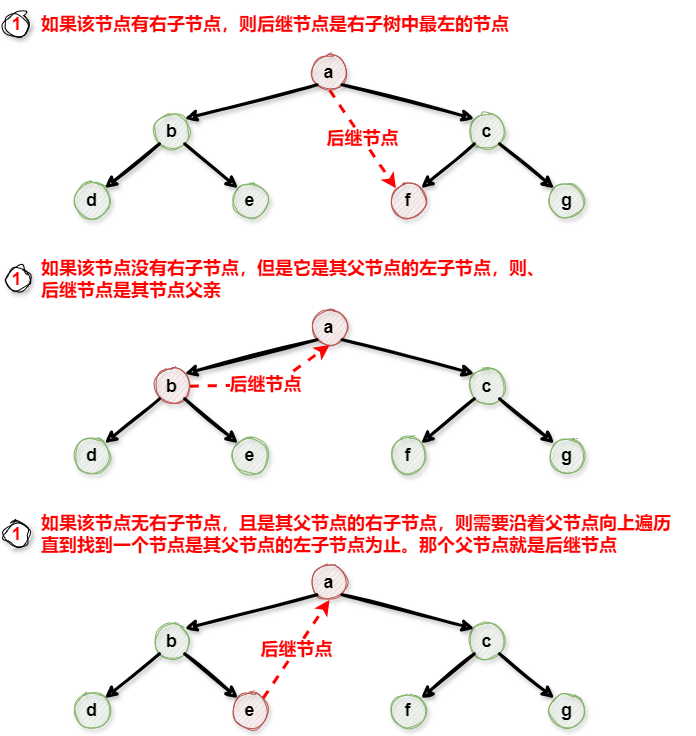
The draw.io diagram algrithem/binary_tree_sucessor_node.drawio.png in muxicode/c153080686, before a commit. Source tidied: cells renumbered, new cells last; positions are measured from the earlier drawing's top-left corner, leaving out a move shared by most shapes. Source of this version:
```xml
<mxGraphModel>
  <root>
    <mxCell id="0" />
    <mxCell id="1" parent="0" />
    <mxCell id="2" style="group;" parent="1" vertex="1">
      <mxGeometry width="580" height="214.1" as="geometry" />
    </mxCell>
    <mxCell id="3" value="&lt;font color=&quot;#ff0000&quot; style=&quot;font-size: 18px;&quot;&gt;1&lt;/font&gt;" style="ellipse;whiteSpace=wrap;html=1;fontStyle=1;sketch=1;curveFitting=1;jiggle=2;shadow=1;" parent="2" vertex="1">
      <mxGeometry y="7.5" width="25" height="25" as="geometry" />
    </mxCell>
    <mxCell id="4" value="&lt;font color=&quot;#ff0000&quot;&gt;&lt;span style=&quot;font-size: 18px;&quot;&gt;如果该节点有右子节点，则后继节点是右子树中最左的节点&lt;/span&gt;&lt;/font&gt;" style="text;html=1;align=left;verticalAlign=middle;strokeColor=none;fillColor=none;fontStyle=1;fontSize=16;sketch=1;curveFitting=1;jiggle=2;shadow=1;" parent="2" vertex="1">
      <mxGeometry x="35" width="490" height="40" as="geometry" />
    </mxCell>
    <mxCell id="5" value="&lt;font color=&quot;#ff0000&quot; style=&quot;font-size: 18px;&quot;&gt;&lt;b&gt;后继节点&lt;/b&gt;&lt;/font&gt;" style="rounded=0;jettySize=auto;html=1;exitX=0.5;exitY=1;exitDx=0;exitDy=0;entryX=0;entryY=0;entryDx=0;entryDy=0;strokeWidth=3;dashed=1;strokeColor=#FF0000;" parent="2" edge="1" source="6" target="15">
      <mxGeometry relative="1" as="geometry" />
    </mxCell>
    <mxCell id="6" value="&lt;span style=&quot;font-size: 18px;&quot;&gt;&lt;span style=&quot;font-size: 18px;&quot;&gt;a&lt;/span&gt;&lt;br style=&quot;font-size: 18px;&quot;&gt;&lt;/span&gt;" style="ellipse;whiteSpace=wrap;html=1;fillColor=#f8cecc;strokeColor=#b85450;fontSize=18;tempflowAnimation=0;sketch=1;shadow=1;swimlaneLine=0;fontStyle=1;" parent="2" vertex="1">
      <mxGeometry x="307.3" y="50" width="35.5" height="35.5" as="geometry" />
    </mxCell>
    <mxCell id="7" value="&lt;span style=&quot;font-size: 18px;&quot;&gt;&lt;span style=&quot;font-size: 18px;&quot;&gt;b&lt;/span&gt;&lt;br style=&quot;font-size: 18px;&quot;&gt;&lt;/span&gt;" style="ellipse;whiteSpace=wrap;html=1;fillColor=#d5e8d4;strokeColor=#82b366;fontSize=18;tempflowAnimation=0;sketch=1;shadow=1;swimlaneLine=0;fontStyle=1;" parent="2" vertex="1">
      <mxGeometry x="149.8" y="109" width="35.5" height="35.5" as="geometry" />
    </mxCell>
    <mxCell id="8" style="rounded=0;jettySize=auto;html=1;exitX=0;exitY=1;exitDx=0;exitDy=0;entryX=1;entryY=0;entryDx=0;entryDy=0;strokeWidth=3;tempflowAnimation=0;sketch=1;shadow=1;swimlaneLine=0;fontSize=18;fontStyle=1;" parent="2" edge="1" source="6" target="7">
      <mxGeometry relative="1" as="geometry" />
    </mxCell>
    <mxCell id="9" value="&lt;span style=&quot;font-size: 18px;&quot;&gt;&lt;span style=&quot;font-size: 18px;&quot;&gt;c&lt;/span&gt;&lt;br style=&quot;font-size: 18px;&quot;&gt;&lt;/span&gt;" style="ellipse;whiteSpace=wrap;html=1;fillColor=#d5e8d4;strokeColor=#82b366;fontSize=18;tempflowAnimation=0;sketch=1;shadow=1;swimlaneLine=0;fontStyle=1;" parent="2" vertex="1">
      <mxGeometry x="464.7" y="109" width="35.5" height="35.5" as="geometry" />
    </mxCell>
    <mxCell id="10" style="rounded=0;jettySize=auto;html=1;exitX=1;exitY=1;exitDx=0;exitDy=0;entryX=0;entryY=0;entryDx=0;entryDy=0;strokeWidth=3;tempflowAnimation=0;sketch=1;shadow=1;swimlaneLine=0;fontSize=18;fontStyle=1;" parent="2" edge="1" source="6" target="9">
      <mxGeometry relative="1" as="geometry" />
    </mxCell>
    <mxCell id="11" value="&lt;span style=&quot;font-size: 18px;&quot;&gt;&lt;span style=&quot;font-size: 18px;&quot;&gt;d&lt;/span&gt;&lt;br style=&quot;font-size: 18px;&quot;&gt;&lt;/span&gt;" style="ellipse;whiteSpace=wrap;html=1;fillColor=#d5e8d4;strokeColor=#82b366;fontSize=18;tempflowAnimation=0;sketch=1;shadow=1;swimlaneLine=0;fontStyle=1;" parent="2" vertex="1">
      <mxGeometry x="70" y="178.6" width="35.5" height="35.5" as="geometry" />
    </mxCell>
    <mxCell id="12" style="rounded=0;jettySize=auto;html=1;exitX=0;exitY=1;exitDx=0;exitDy=0;entryX=1;entryY=0;entryDx=0;entryDy=0;strokeWidth=3;tempflowAnimation=0;sketch=1;shadow=1;swimlaneLine=0;fontSize=18;fontStyle=1;" parent="2" edge="1" source="7" target="11">
      <mxGeometry relative="1" as="geometry" />
    </mxCell>
    <mxCell id="13" value="&lt;span style=&quot;font-size: 18px;&quot;&gt;&lt;span style=&quot;font-size: 18px;&quot;&gt;e&lt;/span&gt;&lt;br style=&quot;font-size: 18px;&quot;&gt;&lt;/span&gt;" style="ellipse;whiteSpace=wrap;html=1;fillColor=#d5e8d4;strokeColor=#82b366;fontSize=18;tempflowAnimation=0;sketch=1;shadow=1;swimlaneLine=0;fontStyle=1;" parent="2" vertex="1">
      <mxGeometry x="228.3" y="178.6" width="35.5" height="35.5" as="geometry" />
    </mxCell>
    <mxCell id="14" style="rounded=0;jettySize=auto;html=1;exitX=1;exitY=1;exitDx=0;exitDy=0;entryX=0;entryY=0;entryDx=0;entryDy=0;strokeWidth=3;tempflowAnimation=0;sketch=1;shadow=1;swimlaneLine=0;fontSize=18;fontStyle=1;" parent="2" edge="1" source="7" target="13">
      <mxGeometry relative="1" as="geometry" />
    </mxCell>
    <mxCell id="15" value="&lt;span style=&quot;font-size: 18px;&quot;&gt;&lt;span style=&quot;font-size: 18px;&quot;&gt;f&lt;/span&gt;&lt;br style=&quot;font-size: 18px;&quot;&gt;&lt;/span&gt;" style="ellipse;whiteSpace=wrap;html=1;fillColor=#f8cecc;strokeColor=#b85450;fontSize=18;tempflowAnimation=0;sketch=1;shadow=1;swimlaneLine=0;fontStyle=1;" parent="2" vertex="1">
      <mxGeometry x="386.2" y="178.6" width="35.5" height="35.5" as="geometry" />
    </mxCell>
    <mxCell id="16" style="rounded=0;jettySize=auto;html=1;exitX=0;exitY=1;exitDx=0;exitDy=0;entryX=1;entryY=0;entryDx=0;entryDy=0;strokeWidth=3;tempflowAnimation=0;sketch=1;shadow=1;swimlaneLine=0;fontSize=18;fontStyle=1;" parent="2" edge="1" source="9" target="15">
      <mxGeometry relative="1" as="geometry" />
    </mxCell>
    <mxCell id="17" value="&lt;span style=&quot;font-size: 18px;&quot;&gt;&lt;span style=&quot;font-size: 18px;&quot;&gt;g&lt;/span&gt;&lt;br style=&quot;font-size: 18px;&quot;&gt;&lt;/span&gt;" style="ellipse;whiteSpace=wrap;html=1;fillColor=#d5e8d4;strokeColor=#82b366;fontSize=18;tempflowAnimation=0;sketch=1;shadow=1;swimlaneLine=0;fontStyle=1;" parent="2" vertex="1">
      <mxGeometry x="544.5" y="178.6" width="35.5" height="35.5" as="geometry" />
    </mxCell>
    <mxCell id="18" style="rounded=0;jettySize=auto;html=1;exitX=1;exitY=1;exitDx=0;exitDy=0;entryX=0;entryY=0;entryDx=0;entryDy=0;strokeWidth=3;tempflowAnimation=0;sketch=1;shadow=1;swimlaneLine=0;fontSize=18;fontStyle=1;" parent="2" edge="1" source="9" target="17">
      <mxGeometry relative="1" as="geometry" />
    </mxCell>
    <mxCell id="19" style="group;" parent="1" vertex="1">
      <mxGeometry y="255" width="580" height="214.1" as="geometry" />
    </mxCell>
    <mxCell id="20" value="&lt;font color=&quot;#ff0000&quot; style=&quot;font-size: 18px;&quot;&gt;1&lt;/font&gt;" style="ellipse;whiteSpace=wrap;html=1;fontStyle=1;sketch=1;curveFitting=1;jiggle=2;shadow=1;" parent="19" vertex="1">
      <mxGeometry y="7.5" width="25" height="25" as="geometry" />
    </mxCell>
    <mxCell id="21" value="&lt;font color=&quot;#ff0000&quot;&gt;&lt;span style=&quot;font-size: 18px;&quot;&gt;如果该节点没有右子节点，但是它是其父节点的左子节点，则、&lt;/span&gt;&lt;/font&gt;&lt;div&gt;&lt;font color=&quot;#ff0000&quot;&gt;&lt;span style=&quot;font-size: 18px;&quot;&gt;后继节点是其节点父亲&lt;/span&gt;&lt;/font&gt;&lt;/div&gt;" style="text;html=1;align=left;verticalAlign=middle;strokeColor=none;fillColor=none;fontStyle=1;fontSize=16;sketch=1;curveFitting=1;jiggle=2;shadow=1;" parent="19" vertex="1">
      <mxGeometry x="35" y="-10" width="530" height="60" as="geometry" />
    </mxCell>
    <mxCell id="22" value="&lt;span style=&quot;font-size: 18px;&quot;&gt;&lt;span style=&quot;font-size: 18px;&quot;&gt;a&lt;/span&gt;&lt;br style=&quot;font-size: 18px;&quot;&gt;&lt;/span&gt;" style="ellipse;whiteSpace=wrap;html=1;fillColor=#f8cecc;strokeColor=#b85450;fontSize=18;tempflowAnimation=0;sketch=1;shadow=1;swimlaneLine=0;fontStyle=1;" parent="19" vertex="1">
      <mxGeometry x="307.3" y="50" width="35.5" height="35.5" as="geometry" />
    </mxCell>
    <mxCell id="23" value="&lt;font color=&quot;#ff0000&quot; style=&quot;font-size: 18px;&quot;&gt;&lt;b&gt;后继节点&lt;/b&gt;&lt;/font&gt;" style="edgeStyle=none;rounded=0;jettySize=auto;html=1;exitX=1;exitY=0.5;exitDx=0;exitDy=0;entryX=0.5;entryY=1;entryDx=0;entryDy=0;dashed=1;strokeColor=#FF0000;strokeWidth=3;align=center;verticalAlign=middle;fontFamily=Helvetica;fontSize=11;fontColor=default;labelBackgroundColor=default;endArrow=classic;" parent="19" edge="1" source="24" target="22">
      <mxGeometry relative="1" as="geometry">
        <Array as="points">
          <mxPoint x="270" y="125" />
        </Array>
      </mxGeometry>
    </mxCell>
    <mxCell id="24" value="&lt;span style=&quot;font-size: 18px;&quot;&gt;&lt;span style=&quot;font-size: 18px;&quot;&gt;b&lt;/span&gt;&lt;br style=&quot;font-size: 18px;&quot;&gt;&lt;/span&gt;" style="ellipse;whiteSpace=wrap;html=1;fillColor=#f8cecc;strokeColor=#b85450;fontSize=18;tempflowAnimation=0;sketch=1;shadow=1;swimlaneLine=0;fontStyle=1;" parent="19" vertex="1">
      <mxGeometry x="149.8" y="109" width="35.5" height="35.5" as="geometry" />
    </mxCell>
    <mxCell id="25" style="rounded=0;jettySize=auto;html=1;exitX=0;exitY=1;exitDx=0;exitDy=0;entryX=1;entryY=0;entryDx=0;entryDy=0;strokeWidth=3;tempflowAnimation=0;sketch=1;shadow=1;swimlaneLine=0;fontSize=18;fontStyle=1;" parent="19" edge="1" source="22" target="24">
      <mxGeometry relative="1" as="geometry" />
    </mxCell>
    <mxCell id="26" value="&lt;span style=&quot;font-size: 18px;&quot;&gt;&lt;span style=&quot;font-size: 18px;&quot;&gt;c&lt;/span&gt;&lt;br style=&quot;font-size: 18px;&quot;&gt;&lt;/span&gt;" style="ellipse;whiteSpace=wrap;html=1;fillColor=#d5e8d4;strokeColor=#82b366;fontSize=18;tempflowAnimation=0;sketch=1;shadow=1;swimlaneLine=0;fontStyle=1;" parent="19" vertex="1">
      <mxGeometry x="464.7" y="109" width="35.5" height="35.5" as="geometry" />
    </mxCell>
    <mxCell id="27" style="rounded=0;jettySize=auto;html=1;exitX=1;exitY=1;exitDx=0;exitDy=0;entryX=0;entryY=0;entryDx=0;entryDy=0;strokeWidth=3;tempflowAnimation=0;sketch=1;shadow=1;swimlaneLine=0;fontSize=18;fontStyle=1;" parent="19" edge="1" source="22" target="26">
      <mxGeometry relative="1" as="geometry" />
    </mxCell>
    <mxCell id="28" value="&lt;span style=&quot;font-size: 18px;&quot;&gt;&lt;span style=&quot;font-size: 18px;&quot;&gt;d&lt;/span&gt;&lt;br style=&quot;font-size: 18px;&quot;&gt;&lt;/span&gt;" style="ellipse;whiteSpace=wrap;html=1;fillColor=#d5e8d4;strokeColor=#82b366;fontSize=18;tempflowAnimation=0;sketch=1;shadow=1;swimlaneLine=0;fontStyle=1;" parent="19" vertex="1">
      <mxGeometry x="70" y="178.6" width="35.5" height="35.5" as="geometry" />
    </mxCell>
    <mxCell id="29" style="rounded=0;jettySize=auto;html=1;exitX=0;exitY=1;exitDx=0;exitDy=0;entryX=1;entryY=0;entryDx=0;entryDy=0;strokeWidth=3;tempflowAnimation=0;sketch=1;shadow=1;swimlaneLine=0;fontSize=18;fontStyle=1;" parent="19" edge="1" source="24" target="28">
      <mxGeometry relative="1" as="geometry" />
    </mxCell>
    <mxCell id="30" value="&lt;span style=&quot;font-size: 18px;&quot;&gt;&lt;span style=&quot;font-size: 18px;&quot;&gt;e&lt;/span&gt;&lt;br style=&quot;font-size: 18px;&quot;&gt;&lt;/span&gt;" style="ellipse;whiteSpace=wrap;html=1;fillColor=#d5e8d4;strokeColor=#82b366;fontSize=18;tempflowAnimation=0;sketch=1;shadow=1;swimlaneLine=0;fontStyle=1;" parent="19" vertex="1">
      <mxGeometry x="228.3" y="178.6" width="35.5" height="35.5" as="geometry" />
    </mxCell>
    <mxCell id="31" style="rounded=0;jettySize=auto;html=1;exitX=1;exitY=1;exitDx=0;exitDy=0;entryX=0;entryY=0;entryDx=0;entryDy=0;strokeWidth=3;tempflowAnimation=0;sketch=1;shadow=1;swimlaneLine=0;fontSize=18;fontStyle=1;" parent="19" edge="1" source="24" target="30">
      <mxGeometry relative="1" as="geometry" />
    </mxCell>
    <mxCell id="32" value="&lt;span style=&quot;font-size: 18px;&quot;&gt;&lt;span style=&quot;font-size: 18px;&quot;&gt;f&lt;/span&gt;&lt;br style=&quot;font-size: 18px;&quot;&gt;&lt;/span&gt;" style="ellipse;whiteSpace=wrap;html=1;fillColor=#d5e8d4;strokeColor=#82b366;fontSize=18;tempflowAnimation=0;sketch=1;shadow=1;swimlaneLine=0;fontStyle=1;" parent="19" vertex="1">
      <mxGeometry x="386.2" y="178.6" width="35.5" height="35.5" as="geometry" />
    </mxCell>
    <mxCell id="33" style="rounded=0;jettySize=auto;html=1;exitX=0;exitY=1;exitDx=0;exitDy=0;entryX=1;entryY=0;entryDx=0;entryDy=0;strokeWidth=3;tempflowAnimation=0;sketch=1;shadow=1;swimlaneLine=0;fontSize=18;fontStyle=1;" parent="19" edge="1" source="26" target="32">
      <mxGeometry relative="1" as="geometry" />
    </mxCell>
    <mxCell id="34" value="&lt;span style=&quot;font-size: 18px;&quot;&gt;&lt;span style=&quot;font-size: 18px;&quot;&gt;g&lt;/span&gt;&lt;br style=&quot;font-size: 18px;&quot;&gt;&lt;/span&gt;" style="ellipse;whiteSpace=wrap;html=1;fillColor=#d5e8d4;strokeColor=#82b366;fontSize=18;tempflowAnimation=0;sketch=1;shadow=1;swimlaneLine=0;fontStyle=1;" parent="19" vertex="1">
      <mxGeometry x="544.5" y="178.6" width="35.5" height="35.5" as="geometry" />
    </mxCell>
    <mxCell id="35" style="rounded=0;jettySize=auto;html=1;exitX=1;exitY=1;exitDx=0;exitDy=0;entryX=0;entryY=0;entryDx=0;entryDy=0;strokeWidth=3;tempflowAnimation=0;sketch=1;shadow=1;swimlaneLine=0;fontSize=18;fontStyle=1;" parent="19" edge="1" source="26" target="34">
      <mxGeometry relative="1" as="geometry" />
    </mxCell>
    <mxCell id="36" style="group;" parent="1" vertex="1">
      <mxGeometry y="510" width="685" height="214.1" as="geometry" />
    </mxCell>
    <mxCell id="37" value="&lt;font color=&quot;#ff0000&quot; style=&quot;font-size: 18px;&quot;&gt;1&lt;/font&gt;" style="ellipse;whiteSpace=wrap;html=1;fontStyle=1;sketch=1;curveFitting=1;jiggle=2;shadow=1;" parent="36" vertex="1">
      <mxGeometry y="7.5" width="25" height="25" as="geometry" />
    </mxCell>
    <mxCell id="38" value="&lt;font color=&quot;#ff0000&quot;&gt;&lt;span style=&quot;font-size: 18px;&quot;&gt;如果该节点无右子节点，且是其父节点的右子节点，则需要沿着父节点向上遍历&lt;/span&gt;&lt;/font&gt;&lt;div&gt;&lt;font color=&quot;#ff0000&quot;&gt;&lt;span style=&quot;font-size: 18px;&quot;&gt;直到找到一个节点是其父节点的左子节点为止。那个父节点就是后继节点&lt;/span&gt;&lt;/font&gt;&lt;/div&gt;" style="text;html=1;align=left;verticalAlign=middle;strokeColor=none;fillColor=none;fontStyle=1;fontSize=16;sketch=1;curveFitting=1;jiggle=2;shadow=1;" parent="36" vertex="1">
      <mxGeometry x="35" y="-10" width="650" height="60" as="geometry" />
    </mxCell>
    <mxCell id="39" value="&lt;span style=&quot;font-size: 18px;&quot;&gt;&lt;span style=&quot;font-size: 18px;&quot;&gt;a&lt;/span&gt;&lt;br style=&quot;font-size: 18px;&quot;&gt;&lt;/span&gt;" style="ellipse;whiteSpace=wrap;html=1;fillColor=#f8cecc;strokeColor=#b85450;fontSize=18;tempflowAnimation=0;sketch=1;shadow=1;swimlaneLine=0;fontStyle=1;" parent="36" vertex="1">
      <mxGeometry x="307.3" y="50" width="35.5" height="35.5" as="geometry" />
    </mxCell>
    <mxCell id="40" value="&lt;span style=&quot;font-size: 18px;&quot;&gt;&lt;span style=&quot;font-size: 18px;&quot;&gt;b&lt;/span&gt;&lt;br style=&quot;font-size: 18px;&quot;&gt;&lt;/span&gt;" style="ellipse;whiteSpace=wrap;html=1;fillColor=#d5e8d4;strokeColor=#82b366;fontSize=18;tempflowAnimation=0;sketch=1;shadow=1;swimlaneLine=0;fontStyle=1;" parent="36" vertex="1">
      <mxGeometry x="149.8" y="109" width="35.5" height="35.5" as="geometry" />
    </mxCell>
    <mxCell id="41" style="rounded=0;jettySize=auto;html=1;exitX=0;exitY=1;exitDx=0;exitDy=0;entryX=1;entryY=0;entryDx=0;entryDy=0;strokeWidth=3;tempflowAnimation=0;sketch=1;shadow=1;swimlaneLine=0;fontSize=18;fontStyle=1;" parent="36" edge="1" source="39" target="40">
      <mxGeometry relative="1" as="geometry" />
    </mxCell>
    <mxCell id="42" value="&lt;span style=&quot;font-size: 18px;&quot;&gt;&lt;span style=&quot;font-size: 18px;&quot;&gt;c&lt;/span&gt;&lt;br style=&quot;font-size: 18px;&quot;&gt;&lt;/span&gt;" style="ellipse;whiteSpace=wrap;html=1;fillColor=#d5e8d4;strokeColor=#82b366;fontSize=18;tempflowAnimation=0;sketch=1;shadow=1;swimlaneLine=0;fontStyle=1;" parent="36" vertex="1">
      <mxGeometry x="464.7" y="109" width="35.5" height="35.5" as="geometry" />
    </mxCell>
    <mxCell id="43" style="rounded=0;jettySize=auto;html=1;exitX=1;exitY=1;exitDx=0;exitDy=0;entryX=0;entryY=0;entryDx=0;entryDy=0;strokeWidth=3;tempflowAnimation=0;sketch=1;shadow=1;swimlaneLine=0;fontSize=18;fontStyle=1;" parent="36" edge="1" source="39" target="42">
      <mxGeometry relative="1" as="geometry" />
    </mxCell>
    <mxCell id="44" value="&lt;span style=&quot;font-size: 18px;&quot;&gt;&lt;span style=&quot;font-size: 18px;&quot;&gt;d&lt;/span&gt;&lt;br style=&quot;font-size: 18px;&quot;&gt;&lt;/span&gt;" style="ellipse;whiteSpace=wrap;html=1;fillColor=#d5e8d4;strokeColor=#82b366;fontSize=18;tempflowAnimation=0;sketch=1;shadow=1;swimlaneLine=0;fontStyle=1;" parent="36" vertex="1">
      <mxGeometry x="70" y="178.6" width="35.5" height="35.5" as="geometry" />
    </mxCell>
    <mxCell id="45" style="rounded=0;jettySize=auto;html=1;exitX=0;exitY=1;exitDx=0;exitDy=0;entryX=1;entryY=0;entryDx=0;entryDy=0;strokeWidth=3;tempflowAnimation=0;sketch=1;shadow=1;swimlaneLine=0;fontSize=18;fontStyle=1;" parent="36" edge="1" source="40" target="44">
      <mxGeometry relative="1" as="geometry" />
    </mxCell>
    <mxCell id="46" value="&lt;font color=&quot;#ff0000&quot; style=&quot;font-size: 18px;&quot;&gt;&lt;b&gt;后继节点&lt;/b&gt;&lt;/font&gt;" style="edgeStyle=none;rounded=0;jettySize=auto;html=1;exitX=1;exitY=0;exitDx=0;exitDy=0;entryX=0.5;entryY=1;entryDx=0;entryDy=0;dashed=1;strokeColor=#FF0000;strokeWidth=3;align=center;verticalAlign=middle;fontFamily=Helvetica;fontSize=11;fontColor=default;labelBackgroundColor=default;endArrow=classic;" parent="36" edge="1" source="47" target="39">
      <mxGeometry relative="1" as="geometry" />
    </mxCell>
    <mxCell id="47" value="&lt;span style=&quot;font-size: 18px;&quot;&gt;&lt;span style=&quot;font-size: 18px;&quot;&gt;e&lt;/span&gt;&lt;br style=&quot;font-size: 18px;&quot;&gt;&lt;/span&gt;" style="ellipse;whiteSpace=wrap;html=1;fillColor=#f8cecc;strokeColor=#b85450;fontSize=18;tempflowAnimation=0;sketch=1;shadow=1;swimlaneLine=0;fontStyle=1;" parent="36" vertex="1">
      <mxGeometry x="228.3" y="178.6" width="35.5" height="35.5" as="geometry" />
    </mxCell>
    <mxCell id="48" style="rounded=0;jettySize=auto;html=1;exitX=1;exitY=1;exitDx=0;exitDy=0;entryX=0;entryY=0;entryDx=0;entryDy=0;strokeWidth=3;tempflowAnimation=0;sketch=1;shadow=1;swimlaneLine=0;fontSize=18;fontStyle=1;" parent="36" edge="1" source="40" target="47">
      <mxGeometry relative="1" as="geometry" />
    </mxCell>
    <mxCell id="49" value="&lt;span style=&quot;font-size: 18px;&quot;&gt;&lt;span style=&quot;font-size: 18px;&quot;&gt;f&lt;/span&gt;&lt;br style=&quot;font-size: 18px;&quot;&gt;&lt;/span&gt;" style="ellipse;whiteSpace=wrap;html=1;fillColor=#d5e8d4;strokeColor=#82b366;fontSize=18;tempflowAnimation=0;sketch=1;shadow=1;swimlaneLine=0;fontStyle=1;" parent="36" vertex="1">
      <mxGeometry x="386.2" y="178.6" width="35.5" height="35.5" as="geometry" />
    </mxCell>
    <mxCell id="50" style="rounded=0;jettySize=auto;html=1;exitX=0;exitY=1;exitDx=0;exitDy=0;entryX=1;entryY=0;entryDx=0;entryDy=0;strokeWidth=3;tempflowAnimation=0;sketch=1;shadow=1;swimlaneLine=0;fontSize=18;fontStyle=1;" parent="36" edge="1" source="42" target="49">
      <mxGeometry relative="1" as="geometry" />
    </mxCell>
    <mxCell id="51" value="&lt;span style=&quot;font-size: 18px;&quot;&gt;&lt;span style=&quot;font-size: 18px;&quot;&gt;g&lt;/span&gt;&lt;br style=&quot;font-size: 18px;&quot;&gt;&lt;/span&gt;" style="ellipse;whiteSpace=wrap;html=1;fillColor=#d5e8d4;strokeColor=#82b366;fontSize=18;tempflowAnimation=0;sketch=1;shadow=1;swimlaneLine=0;fontStyle=1;" parent="36" vertex="1">
      <mxGeometry x="544.5" y="178.6" width="35.5" height="35.5" as="geometry" />
    </mxCell>
    <mxCell id="52" style="rounded=0;jettySize=auto;html=1;exitX=1;exitY=1;exitDx=0;exitDy=0;entryX=0;entryY=0;entryDx=0;entryDy=0;strokeWidth=3;tempflowAnimation=0;sketch=1;shadow=1;swimlaneLine=0;fontSize=18;fontStyle=1;" parent="36" edge="1" source="42" target="51">
      <mxGeometry relative="1" as="geometry" />
    </mxCell>
  </root>
</mxGraphModel>
```
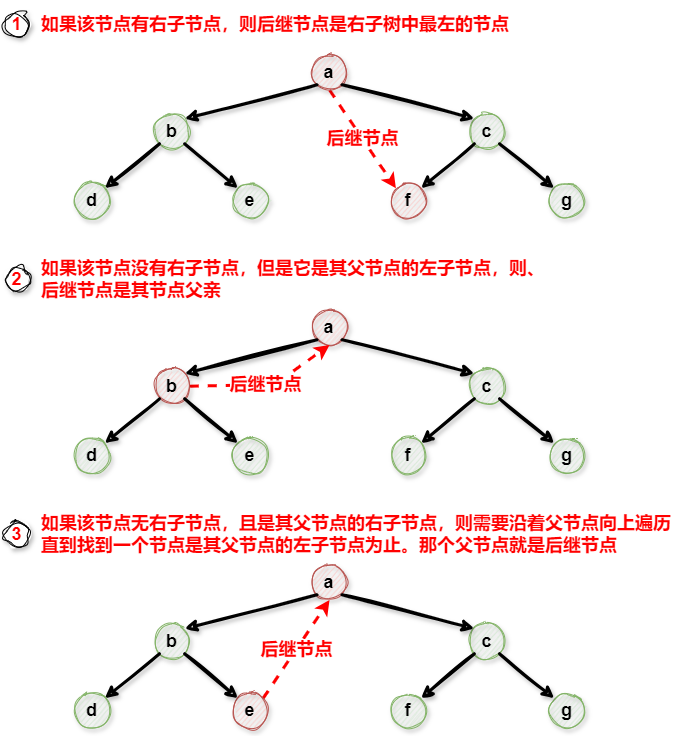
After the change.

What changed in the source:
```diff
@@ -56,7 +56,7 @@
     <mxCell id="19" style="group;" parent="1" vertex="1">
       <mxGeometry y="255" width="580" height="214.1" as="geometry" />
     </mxCell>
-    <mxCell id="20" value="&lt;font color=&quot;#ff0000&quot; style=&quot;font-size: 18px;&quot;&gt;1&lt;/font&gt;" style="ellipse;whiteSpace=wrap;html=1;fontStyle=1;sketch=1;curveFitting=1;jiggle=2;shadow=1;" parent="19" vertex="1">
+    <mxCell id="20" value="&lt;font color=&quot;#ff0000&quot; style=&quot;font-size: 18px;&quot;&gt;2&lt;/font&gt;" style="ellipse;whiteSpace=wrap;html=1;fontStyle=1;sketch=1;curveFitting=1;jiggle=2;shadow=1;" parent="19" vertex="1">
       <mxGeometry y="7.5" width="25" height="25" as="geometry" />
     </mxCell>
     <mxCell id="21" value="&lt;font color=&quot;#ff0000&quot;&gt;&lt;span style=&quot;font-size: 18px;&quot;&gt;如果该节点没有右子节点，但是它是其父节点的左子节点，则、&lt;/span&gt;&lt;/font&gt;&lt;div&gt;&lt;font color=&quot;#ff0000&quot;&gt;&lt;span style=&quot;font-size: 18px;&quot;&gt;后继节点是其节点父亲&lt;/span&gt;&lt;/font&gt;&lt;/div&gt;" style="text;html=1;align=left;verticalAlign=middle;strokeColor=none;fillColor=none;fontStyle=1;fontSize=16;sketch=1;curveFitting=1;jiggle=2;shadow=1;" parent="19" vertex="1">
@@ -111,7 +111,7 @@
     <mxCell id="36" style="group;" parent="1" vertex="1">
       <mxGeometry y="510" width="685" height="214.1" as="geometry" />
     </mxCell>
-    <mxCell id="37" value="&lt;font color=&quot;#ff0000&quot; style=&quot;font-size: 18px;&quot;&gt;1&lt;/font&gt;" style="ellipse;whiteSpace=wrap;html=1;fontStyle=1;sketch=1;curveFitting=1;jiggle=2;shadow=1;" parent="36" vertex="1">
+    <mxCell id="37" value="&lt;font color=&quot;#ff0000&quot; style=&quot;font-size: 18px;&quot;&gt;3&lt;/font&gt;" style="ellipse;whiteSpace=wrap;html=1;fontStyle=1;sketch=1;curveFitting=1;jiggle=2;shadow=1;" parent="36" vertex="1">
       <mxGeometry y="7.5" width="25" height="25" as="geometry" />
     </mxCell>
     <mxCell id="38" value="&lt;font color=&quot;#ff0000&quot;&gt;&lt;span style=&quot;font-size: 18px;&quot;&gt;如果该节点无右子节点，且是其父节点的右子节点，则需要沿着父节点向上遍历&lt;/span&gt;&lt;/font&gt;&lt;div&gt;&lt;font color=&quot;#ff0000&quot;&gt;&lt;span style=&quot;font-size: 18px;&quot;&gt;直到找到一个节点是其父节点的左子节点为止。那个父节点就是后继节点&lt;/span&gt;&lt;/font&gt;&lt;/div&gt;" style="text;html=1;align=left;verticalAlign=middle;strokeColor=none;fillColor=none;fontStyle=1;fontSize=16;sketch=1;curveFitting=1;jiggle=2;shadow=1;" parent="36" vertex="1">
```
